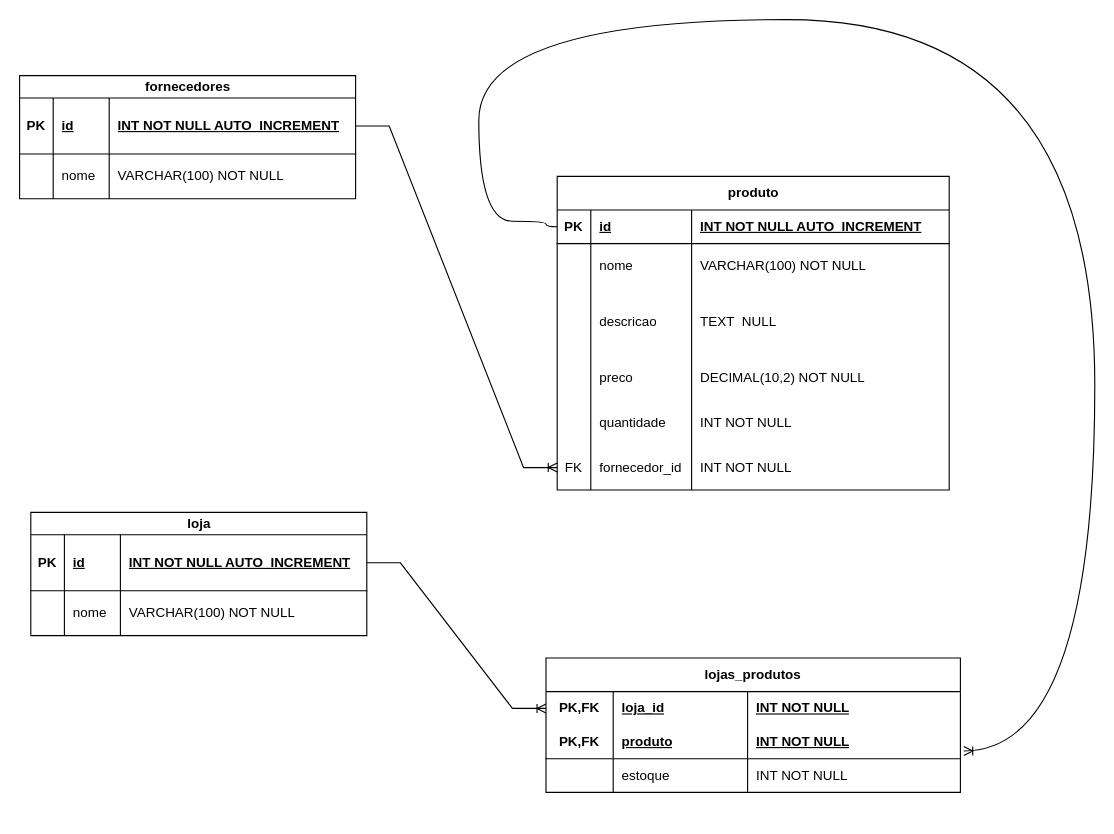
This is page "modelo Logico" (2 of 2) of Fly By Night - DER.drawio from Youkai1910/Modelagem, a draw.io file, before an edit. Source tidied: cells renumbered, new cells numbered last; positions are measured from the earlier drawing's top-left corner, leaving out a move shared by most shapes. Both pictures are drawn from the tidied source at 112%, with x=0, y=0 at pixel (19, 19).
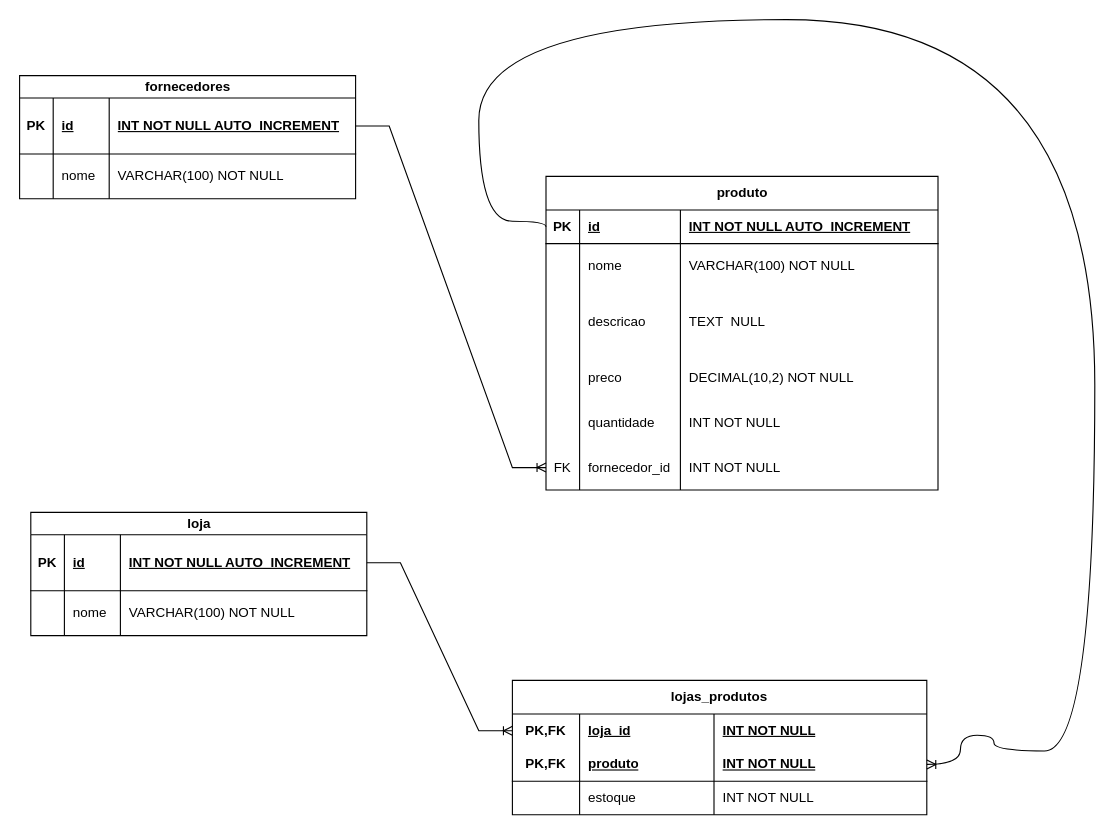
The same page after the edit.

The change refers to these unchanged cells:
```xml
<mxCell id="12" style="shape=tableRow;horizontal=0;startSize=0;swimlaneHead=0;swimlaneBody=0;fillColor=none;points=[[0,0.5],[1,0.5]];portConstraint=eastwest;top=0;left=0;right=0;bottom=1;" parent="11" vertex="1">
  <mxGeometry y="30" width="350" height="30" as="geometry" />
</mxCell>
<mxCell id="51" style="shape=tableRow;horizontal=0;startSize=0;swimlaneHead=0;swimlaneBody=0;fillColor=none;points=[[0,0.5],[1,0.5]];portConstraint=eastwest;top=0;left=0;right=0;bottom=1;html=1;" parent="46" vertex="1">
  <mxGeometry y="60" width="370" height="30" as="geometry" />
</mxCell>
```

Diff of the diagram source:
```diff
@@
     <mxCell id="11" value="produto" style="shape=table;startSize=30;childLayout=tableLayout;rowLines=0;fontStyle=1;align=center;html=1;" parent="1" vertex="1">
-      <mxGeometry x="480" y="140" width="350" height="280" as="geometry" />
+      <mxGeometry x="470" y="140" width="350" height="280" as="geometry" />
     </mxCell>
@@
     <mxCell id="46" value="lojas_produtos" style="shape=table;startSize=30;childLayout=tableLayout;rowLines=0;fontStyle=1;align=center;html=1;whiteSpace=wrap;" parent="1" vertex="1">
-      <mxGeometry x="470" y="570" width="370" height="120" as="geometry" />
+      <mxGeometry x="440" y="590" width="370" height="120" as="geometry" />
     </mxCell>
@@
-    <mxCell id="60" style="edgeStyle=orthogonalEdgeStyle;fontSize=12;html=1;endArrow=ERoneToMany;rounded=0;entryX=1.008;entryY=0.767;entryDx=0;entryDy=0;curved=1;entryPerimeter=0;exitX=0;exitY=0.5;exitDx=0;exitDy=0;" parent="1" edge="1" source="12">
+    <mxCell id="60" style="edgeStyle=orthogonalEdgeStyle;fontSize=12;html=1;endArrow=ERoneToMany;rounded=0;curved=1;exitX=0;exitY=0.5;exitDx=0;exitDy=0;entryX=1;entryY=0.5;entryDx=0;entryDy=0;" parent="1" edge="1" source="12" target="51">
       <mxGeometry relative="1" as="geometry">
-        <mxPoint x="843" y="653" as="targetPoint" />
         <Array as="points">
           <mxPoint x="470" y="180" />
           <mxPoint x="410" y="180" />
           <mxPoint x="410" />
           <mxPoint x="960" />
           <mxPoint x="960" y="653" />
+          <mxPoint x="870" y="653" />
+          <mxPoint x="870" y="639" />
+          <mxPoint x="840" y="639" />
         </Array>
       </mxGeometry>
     </mxCell>
```
